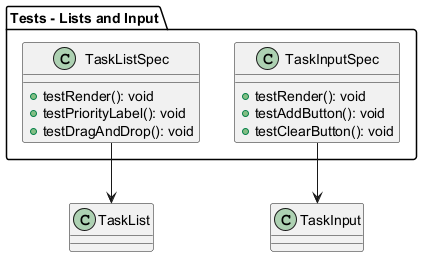
Takayuki-Suda/nuxt-todo-app-document keeps this PlantUML diagram as docs/images/TestsListsAndInput.png. Above is the earlier version. Source of this version:
```plantuml
@startuml
package "Tests - Lists and Input" {
  class TaskListSpec {
    + testRender(): void
    + testPriorityLabel(): void
    + testDragAndDrop(): void
  }

  class TaskInputSpec {
    + testRender(): void
    + testAddButton(): void
    + testClearButton(): void
  }
}

TaskListSpec --> TaskList
TaskInputSpec --> TaskInput
@enduml
```
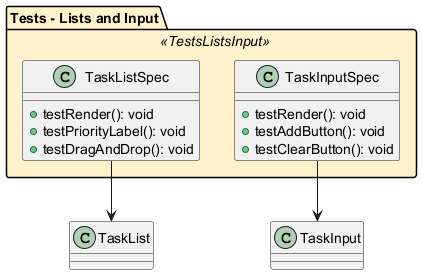
After the commit.

What changed in the source:
```diff
@@ -1,5 +1,9 @@
 @startuml
-package "Tests - Lists and Input" {
+skinparam package {
+  BackgroundColor<<TestsListsInput>>  #FFF2CC
+}
+
+package "Tests - Lists and Input" <<TestsListsInput>> {
   class TaskListSpec {
     + testRender(): void
     + testPriorityLabel(): void
```
